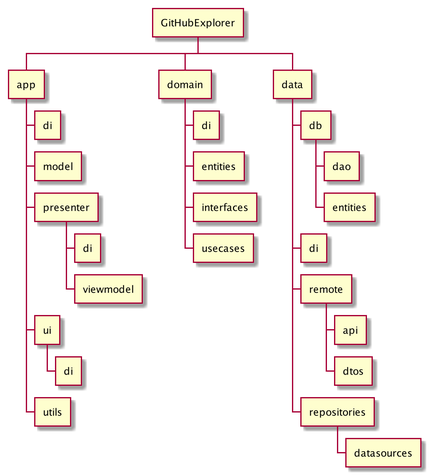
Earlier version of the PlantUML export docs/diagrams/package.png (miguelhincapie/GitHubExplorer).
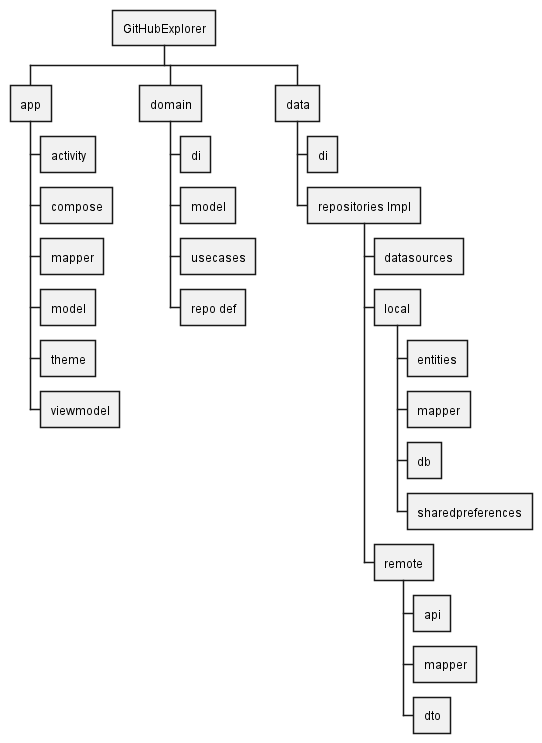
After the commit.

Commit message:
Architecture diagram image updated

Diff of the diagram source:
```diff
@@ -1,27 +1,28 @@
 @startwbs
 + GitHubExplorer
  + app
+  + activity
+  + compose
+  + mapper
+  + model
+  + theme
+  + viewmodel
+ + domain
   + di
   + model
-  + presenter
-   + di
-   + viewmodel
-  + ui
-   + di
-  + utils
- + domain
+  + usecases
+  + repo def
+ + data
   + di
-  + entities
-  + interfaces
-  + usecases
- + data
-  + db
-   + dao
-   + entities
-  + di
-  + remote
-   + api
-   + dtos
-  + repositories
+  + repositories Impl
    + datasources
+   + local
+    + entities
+    + mapper
+    + db
+    + sharedpreferences
+   + remote
+    + api
+    + mapper
+    + dto
 @endwbs
```
